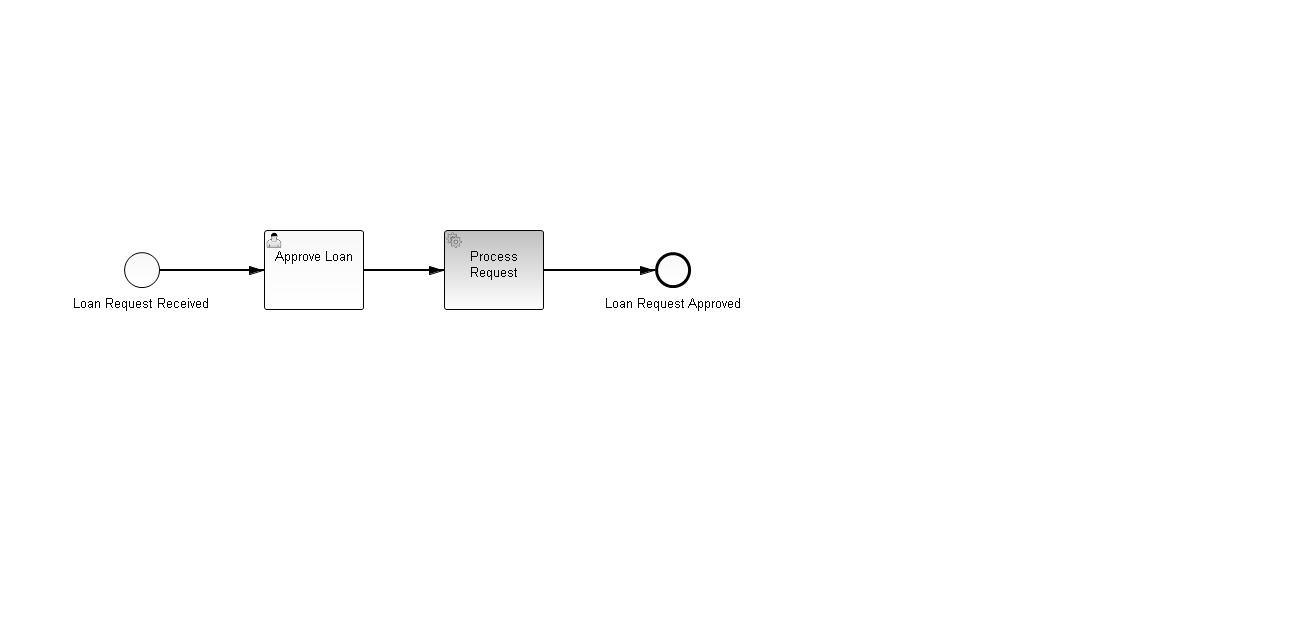
electr0Nik/bpmn.comunda.tutorial keeps this BPMN diagram as src/main/resources/loan-approval.png. Above is the earlier version. Its source is kept beside it as src/main/resources/loan-approval.bpmn. Ids are renumbered.
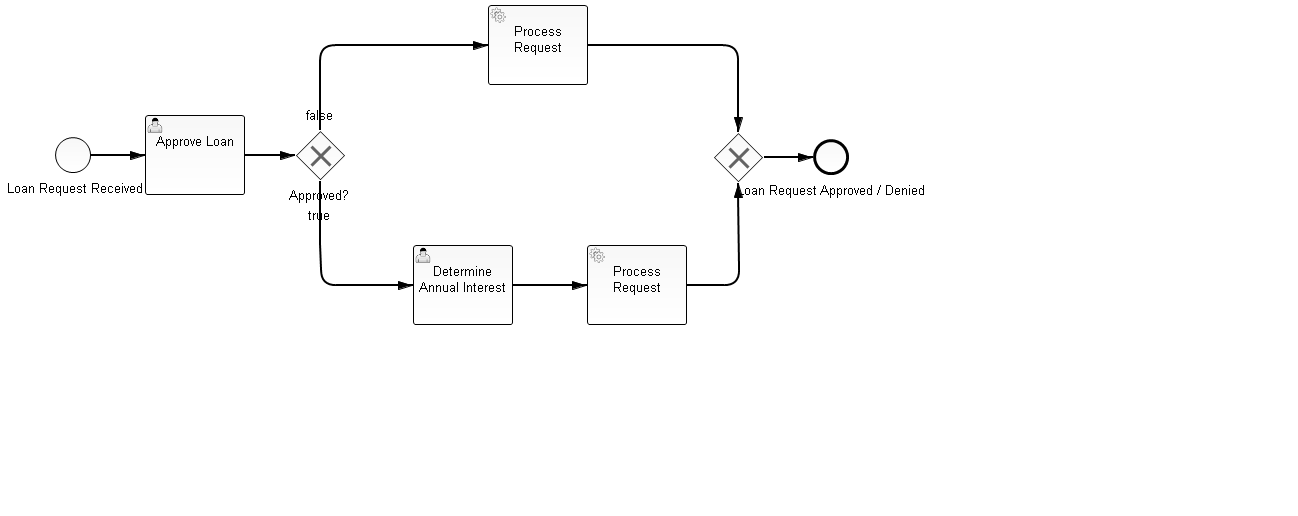
After the commit.

Commit message:
init extended

Change to the diagram source:
```diff
@@ -1,62 +1,134 @@
 <bpmn2:definitions xmlns:xsi="http://www.w3.org/2001/XMLSchema-instance" xmlns:bpmn2="http://www.omg.org/spec/BPMN/20100524/MODEL" xmlns:bpmndi="http://www.omg.org/spec/BPMN/20100524/DI" xmlns:camunda="http://activiti.org/bpmn" xmlns:dc="http://www.omg.org/spec/DD/20100524/DC" xmlns:di="http://www.omg.org/spec/DD/20100524/DI" xsi:schemaLocation="http://www.omg.org/spec/BPMN/20100524/MODEL BPMN20.xsd" id="_eLAPUIbNEeWw-KcmhE5iMw" exporter="camunda modeler" exporterVersion="2.7.0" targetNamespace="http://activiti.org/bpmn">
   <bpmn2:process id="approve-loan" name="Loan approval" isExecutable="true">
-    <bpmn2:userTask id="UserTask_1" camunda:assignee="john" camunda:formKey="embedded:app:forms/approve-loan.html" name="Approve Loan">
-      <bpmn2:incoming>SequenceFlow_2</bpmn2:incoming>
-      <bpmn2:outgoing>SequenceFlow_3</bpmn2:outgoing>
+    <bpmn2:startEvent id="StartEvent_2" camunda:formKey="embedded:app:forms/request-loan.html" name="Loan Request Received">
+      <bpmn2:outgoing>SequenceFlow_4</bpmn2:outgoing>
+    </bpmn2:startEvent>
+    <bpmn2:sequenceFlow id="SequenceFlow_4" name="" sourceRef="StartEvent_2" targetRef="UserTask_2"/>
+    <bpmn2:userTask id="UserTask_2" camunda:assignee="john" camunda:formKey="embedded:app:forms/approve-loan.html" name="Approve Loan">
+      <bpmn2:incoming>SequenceFlow_4</bpmn2:incoming>
+      <bpmn2:outgoing>SequenceFlow_5</bpmn2:outgoing>
     </bpmn2:userTask>
-    <bpmn2:sequenceFlow id="SequenceFlow_3" name="" sourceRef="UserTask_1" targetRef="ServiceTask_1"/>
-    <bpmn2:startEvent id="StartEvent_1" camunda:formKey="embedded:app:forms/request-loan.html" name="Loan Request Received">
-      <bpmn2:outgoing>SequenceFlow_2</bpmn2:outgoing>
-    </bpmn2:startEvent>
-    <bpmn2:sequenceFlow id="SequenceFlow_2" name="" sourceRef="StartEvent_1" targetRef="UserTask_1"/>
-    <bpmn2:serviceTask id="ServiceTask_1" camunda:class="com.github.electr0nik.camunda.tutorial.ProcessRequestDelegate" name="Process Request&#xD;&#xA;">
-      <bpmn2:incoming>SequenceFlow_3</bpmn2:incoming>
-      <bpmn2:outgoing>SequenceFlow_1</bpmn2:outgoing>
+    <bpmn2:exclusiveGateway id="ExclusiveGateway_1" name="Approved?">
+      <bpmn2:incoming>SequenceFlow_5</bpmn2:incoming>
+      <bpmn2:outgoing>SequenceFlow_6</bpmn2:outgoing>
+      <bpmn2:outgoing>SequenceFlow_14</bpmn2:outgoing>
+    </bpmn2:exclusiveGateway>
+    <bpmn2:sequenceFlow id="SequenceFlow_5" name="" sourceRef="UserTask_2" targetRef="ExclusiveGateway_1"/>
+    <bpmn2:sequenceFlow id="SequenceFlow_6" name="true" sourceRef="ExclusiveGateway_1" targetRef="UserTask_3">
+      <bpmn2:conditionExpression xsi:type="bpmn2:tFormalExpression">#{isApproved}</bpmn2:conditionExpression>
+    </bpmn2:sequenceFlow>
+    <bpmn2:userTask id="UserTask_3" camunda:assignee="#{selectedUser}" camunda:formKey="embedded:app:forms/process-request.html" name="Determine Annual Interest">
+      <bpmn2:incoming>SequenceFlow_6</bpmn2:incoming>
+      <bpmn2:outgoing>SequenceFlow_12</bpmn2:outgoing>
+    </bpmn2:userTask>
+    <bpmn2:exclusiveGateway id="ExclusiveGateway_2">
+      <bpmn2:incoming>SequenceFlow_13</bpmn2:incoming>
+      <bpmn2:incoming>SequenceFlow_15</bpmn2:incoming>
+      <bpmn2:outgoing>SequenceFlow_11</bpmn2:outgoing>
+    </bpmn2:exclusiveGateway>
+    <bpmn2:endEvent id="EndEvent_1" name="Loan Request Approved / Denied">
+      <bpmn2:incoming>SequenceFlow_11</bpmn2:incoming>
+    </bpmn2:endEvent>
+    <bpmn2:sequenceFlow id="SequenceFlow_11" name="" sourceRef="ExclusiveGateway_2" targetRef="EndEvent_1"/>
+    <bpmn2:serviceTask id="ServiceTask_2" camunda:class="com.github.electr0nik.camunda.tutorial.extended.ProcessRequestDelegate" name="Process Request">
+      <bpmn2:incoming>SequenceFlow_12</bpmn2:incoming>
+      <bpmn2:outgoing>SequenceFlow_13</bpmn2:outgoing>
     </bpmn2:serviceTask>
-    <bpmn2:sequenceFlow id="SequenceFlow_1" name="" sourceRef="ServiceTask_1" targetRef="EndEvent_2"/>
-    <bpmn2:endEvent id="EndEvent_2" name="Loan Request Approved">
-      <bpmn2:incoming>SequenceFlow_1</bpmn2:incoming>
-    </bpmn2:endEvent>
+    <bpmn2:sequenceFlow id="SequenceFlow_12" name="" sourceRef="UserTask_3" targetRef="ServiceTask_2"/>
+    <bpmn2:sequenceFlow id="SequenceFlow_13" name="" sourceRef="ServiceTask_2" targetRef="ExclusiveGateway_2"/>
+    <bpmn2:sequenceFlow id="SequenceFlow_14" name="false" sourceRef="ExclusiveGateway_1" targetRef="ServiceTask_3">
+      <bpmn2:conditionExpression xsi:type="bpmn2:tFormalExpression">#{!isApproved}</bpmn2:conditionExpression>
+    </bpmn2:sequenceFlow>
+    <bpmn2:serviceTask id="ServiceTask_3" camunda:class="com.github.electr0nik.camunda.tutorial.extended.ProcessRequestDelegate" name="Process Request">
+      <bpmn2:incoming>SequenceFlow_14</bpmn2:incoming>
+      <bpmn2:outgoing>SequenceFlow_15</bpmn2:outgoing>
+    </bpmn2:serviceTask>
+    <bpmn2:sequenceFlow id="SequenceFlow_15" name="" sourceRef="ServiceTask_3" targetRef="ExclusiveGateway_2"/>
   </bpmn2:process>
   <bpmndi:BPMNDiagram id="BPMNDiagram_1">
     <bpmndi:BPMNPlane id="BPMNPlane_1" bpmnElement="approve-loan">
-      <bpmndi:BPMNShape id="_BPMNShape_StartEvent_2" bpmnElement="StartEvent_1">
-        <dc:Bounds height="36.0" width="36.0" x="124.0" y="252.0"/>
+      <bpmndi:BPMNShape id="_BPMNShape_StartEvent_3" bpmnElement="StartEvent_2">
+        <dc:Bounds height="36.0" width="36.0" x="50.0" y="132.0"/>
         <bpmndi:BPMNLabel>
-          <dc:Bounds height="22.0" width="142.0" x="71.0" y="293.0"/>
+          <dc:Bounds height="22.0" width="142.0" x="0.0" y="173.0"/>
         </bpmndi:BPMNLabel>
       </bpmndi:BPMNShape>
-      <bpmndi:BPMNShape id="_BPMNShape_UserTask_2" bpmnElement="UserTask_1">
-        <dc:Bounds height="80.0" width="100.0" x="264.0" y="230.0"/>
+      <bpmndi:BPMNShape id="_BPMNShape_UserTask_3" bpmnElement="UserTask_2">
+        <dc:Bounds height="80.0" width="100.0" x="140.0" y="110.0"/>
       </bpmndi:BPMNShape>
-      <bpmndi:BPMNEdge id="BPMNEdge_SequenceFlow_2" bpmnElement="SequenceFlow_2" sourceElement="_BPMNShape_StartEvent_2" targetElement="_BPMNShape_UserTask_2">
-        <di:waypoint xsi:type="dc:Point" x="160.0" y="270.0"/>
-        <di:waypoint xsi:type="dc:Point" x="264.0" y="270.0"/>
+      <bpmndi:BPMNEdge id="BPMNEdge_SequenceFlow_4" bpmnElement="SequenceFlow_4" sourceElement="_BPMNShape_StartEvent_3" targetElement="_BPMNShape_UserTask_3">
+        <di:waypoint xsi:type="dc:Point" x="86.0" y="150.0"/>
+        <di:waypoint xsi:type="dc:Point" x="140.0" y="150.0"/>
         <bpmndi:BPMNLabel>
-          <dc:Bounds height="6.0" width="6.0" x="215.0" y="270.0"/>
+          <dc:Bounds height="6.0" width="6.0" x="114.0" y="150.0"/>
         </bpmndi:BPMNLabel>
       </bpmndi:BPMNEdge>
-      <bpmndi:BPMNShape id="_BPMNShape_EndEvent_3" bpmnElement="EndEvent_2">
-        <dc:Bounds height="36.0" width="36.0" x="655.0" y="252.0"/>
+      <bpmndi:BPMNShape id="_BPMNShape_ExclusiveGateway_2" bpmnElement="ExclusiveGateway_1" isMarkerVisible="true">
+        <dc:Bounds height="50.0" width="50.0" x="290.0" y="125.0"/>
+      </bpmndi:BPMNShape>
+      <bpmndi:BPMNEdge id="BPMNEdge_SequenceFlow_5" bpmnElement="SequenceFlow_5" sourceElement="_BPMNShape_UserTask_3" targetElement="_BPMNShape_ExclusiveGateway_2">
+        <di:waypoint xsi:type="dc:Point" x="240.0" y="150.0"/>
+        <di:waypoint xsi:type="dc:Point" x="290.0" y="150.0"/>
+      </bpmndi:BPMNEdge>
+      <bpmndi:BPMNShape id="_BPMNShape_UserTask_4" bpmnElement="UserTask_3">
+        <dc:Bounds height="80.0" width="100.0" x="408.0" y="240.0"/>
+      </bpmndi:BPMNShape>
+      <bpmndi:BPMNEdge id="BPMNEdge_SequenceFlow_6" bpmnElement="SequenceFlow_6" sourceElement="_BPMNShape_ExclusiveGateway_2" targetElement="_BPMNShape_UserTask_4">
+        <di:waypoint xsi:type="dc:Point" x="315.0" y="175.0"/>
+        <di:waypoint xsi:type="dc:Point" x="315.0" y="225.0"/>
+        <di:waypoint xsi:type="dc:Point" x="316.0" y="280.0"/>
+        <di:waypoint xsi:type="dc:Point" x="408.0" y="280.0"/>
         <bpmndi:BPMNLabel>
-          <dc:Bounds height="22.0" width="143.0" x="602.0" y="293.0"/>
+          <dc:Bounds height="6.0" width="6.0" x="312.0" y="200.0"/>
+        </bpmndi:BPMNLabel>
+      </bpmndi:BPMNEdge>
+      <bpmndi:BPMNShape id="_BPMNShape_ExclusiveGateway_3" bpmnElement="ExclusiveGateway_2" isMarkerVisible="true">
+        <dc:Bounds height="50.0" width="50.0" x="708.0" y="127.0"/>
+        <bpmndi:BPMNLabel>
+          <dc:Bounds height="0.0" width="0.0" x="733.0" y="182.0"/>
         </bpmndi:BPMNLabel>
       </bpmndi:BPMNShape>
-      <bpmndi:BPMNEdge id="BPMNEdge_SequenceFlow_3" bpmnElement="SequenceFlow_3" sourceElement="_BPMNShape_UserTask_2" targetElement="_BPMNShape_ServiceTask_2">
-        <di:waypoint xsi:type="dc:Point" x="364.0" y="270.0"/>
-        <di:waypoint xsi:type="dc:Point" x="444.0" y="270.0"/>
+      <bpmndi:BPMNShape id="_BPMNShape_EndEvent_4" bpmnElement="EndEvent_1">
+        <dc:Bounds height="36.0" width="36.0" x="808.0" y="134.0"/>
+      </bpmndi:BPMNShape>
+      <bpmndi:BPMNEdge id="BPMNEdge_SequenceFlow_11" bpmnElement="SequenceFlow_11" sourceElement="_BPMNShape_ExclusiveGateway_3" targetElement="_BPMNShape_EndEvent_4">
+        <di:waypoint xsi:type="dc:Point" x="758.0" y="152.0"/>
+        <di:waypoint xsi:type="dc:Point" x="808.0" y="152.0"/>
+      </bpmndi:BPMNEdge>
+      <bpmndi:BPMNShape id="_BPMNShape_ServiceTask_3" bpmnElement="ServiceTask_2">
+        <dc:Bounds height="80.0" width="100.0" x="582.0" y="240.0"/>
+      </bpmndi:BPMNShape>
+      <bpmndi:BPMNEdge id="BPMNEdge_SequenceFlow_12" bpmnElement="SequenceFlow_12" sourceElement="_BPMNShape_UserTask_4" targetElement="_BPMNShape_ServiceTask_3">
+        <di:waypoint xsi:type="dc:Point" x="508.0" y="280.0"/>
+        <di:waypoint xsi:type="dc:Point" x="582.0" y="280.0"/>
+      </bpmndi:BPMNEdge>
+      <bpmndi:BPMNEdge id="BPMNEdge_SequenceFlow_13" bpmnElement="SequenceFlow_13" sourceElement="_BPMNShape_ServiceTask_3" targetElement="_BPMNShape_ExclusiveGateway_3">
+        <di:waypoint xsi:type="dc:Point" x="682.0" y="280.0"/>
+        <di:waypoint xsi:type="dc:Point" x="734.0" y="280.0"/>
+        <di:waypoint xsi:type="dc:Point" x="733.0" y="177.0"/>
         <bpmndi:BPMNLabel>
-          <dc:Bounds height="6.0" width="6.0" x="367.0" y="270.0"/>
+          <dc:Bounds height="6.0" width="6.0" x="731.0" y="255.0"/>
         </bpmndi:BPMNLabel>
       </bpmndi:BPMNEdge>
-      <bpmndi:BPMNShape id="_BPMNShape_ServiceTask_2" bpmnElement="ServiceTask_1">
-        <dc:Bounds height="80.0" width="100.0" x="444.0" y="230.0"/>
+      <bpmndi:BPMNShape id="_BPMNShape_ServiceTask_4" bpmnElement="ServiceTask_3">
+        <dc:Bounds height="80.0" width="100.0" x="483.0" y="0.0"/>
       </bpmndi:BPMNShape>
-      <bpmndi:BPMNEdge id="BPMNEdge_SequenceFlow_1" bpmnElement="SequenceFlow_1" sourceElement="_BPMNShape_ServiceTask_2" targetElement="_BPMNShape_EndEvent_3">
-        <di:waypoint xsi:type="dc:Point" x="544.0" y="270.0"/>
-        <di:waypoint xsi:type="dc:Point" x="655.0" y="270.0"/>
+      <bpmndi:BPMNEdge id="BPMNEdge_SequenceFlow_14" bpmnElement="SequenceFlow_14" sourceElement="_BPMNShape_ExclusiveGateway_2" targetElement="_BPMNShape_ServiceTask_4">
+        <di:waypoint xsi:type="dc:Point" x="315.0" y="125.0"/>
+        <di:waypoint xsi:type="dc:Point" x="315.0" y="40.0"/>
+        <di:waypoint xsi:type="dc:Point" x="411.0" y="40.0"/>
+        <di:waypoint xsi:type="dc:Point" x="483.0" y="40.0"/>
         <bpmndi:BPMNLabel>
-          <dc:Bounds height="6.0" width="6.0" x="552.0" y="270.0"/>
+          <dc:Bounds height="6.0" width="6.0" x="312.0" y="100.0"/>
+        </bpmndi:BPMNLabel>
+      </bpmndi:BPMNEdge>
+      <bpmndi:BPMNEdge id="BPMNEdge_SequenceFlow_15" bpmnElement="SequenceFlow_15" sourceElement="_BPMNShape_ServiceTask_4" targetElement="_BPMNShape_ExclusiveGateway_3">
+        <di:waypoint xsi:type="dc:Point" x="583.0" y="40.0"/>
+        <di:waypoint xsi:type="dc:Point" x="645.0" y="40.0"/>
+        <di:waypoint xsi:type="dc:Point" x="733.0" y="40.0"/>
+        <di:waypoint xsi:type="dc:Point" x="733.0" y="127.0"/>
+        <bpmndi:BPMNLabel>
+          <dc:Bounds height="6.0" width="6.0" x="698.0" y="40.0"/>
         </bpmndi:BPMNLabel>
       </bpmndi:BPMNEdge>
     </bpmndi:BPMNPlane>
```
